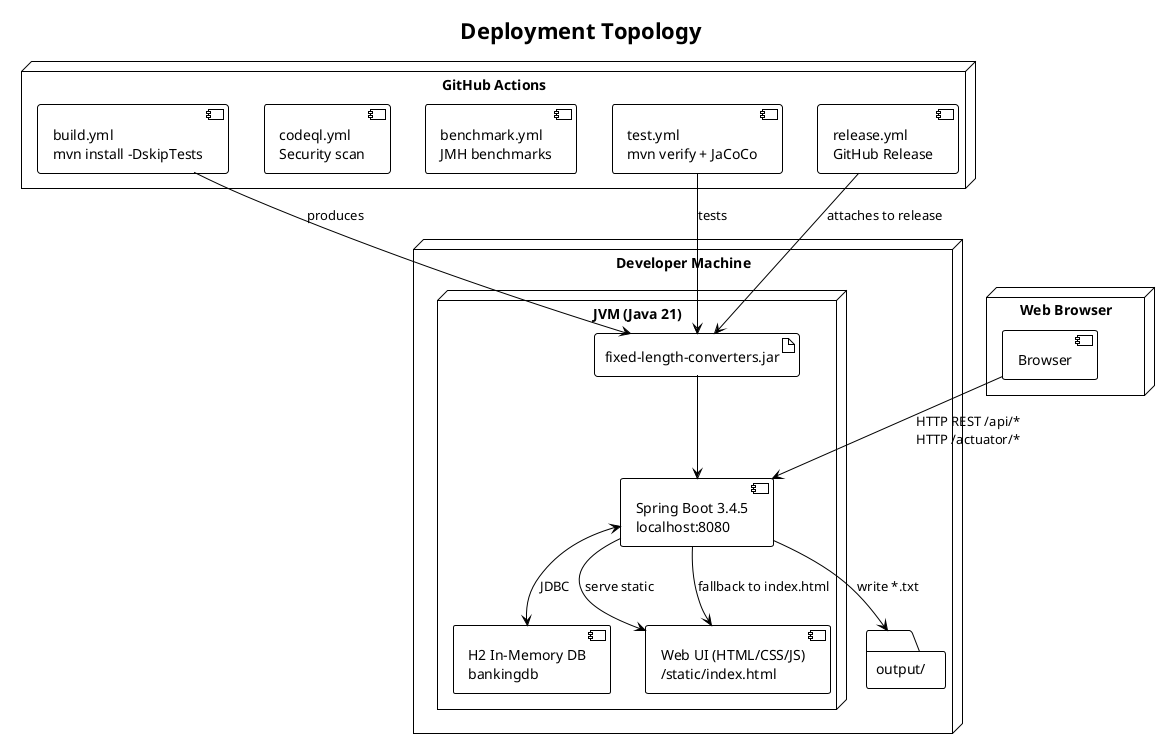
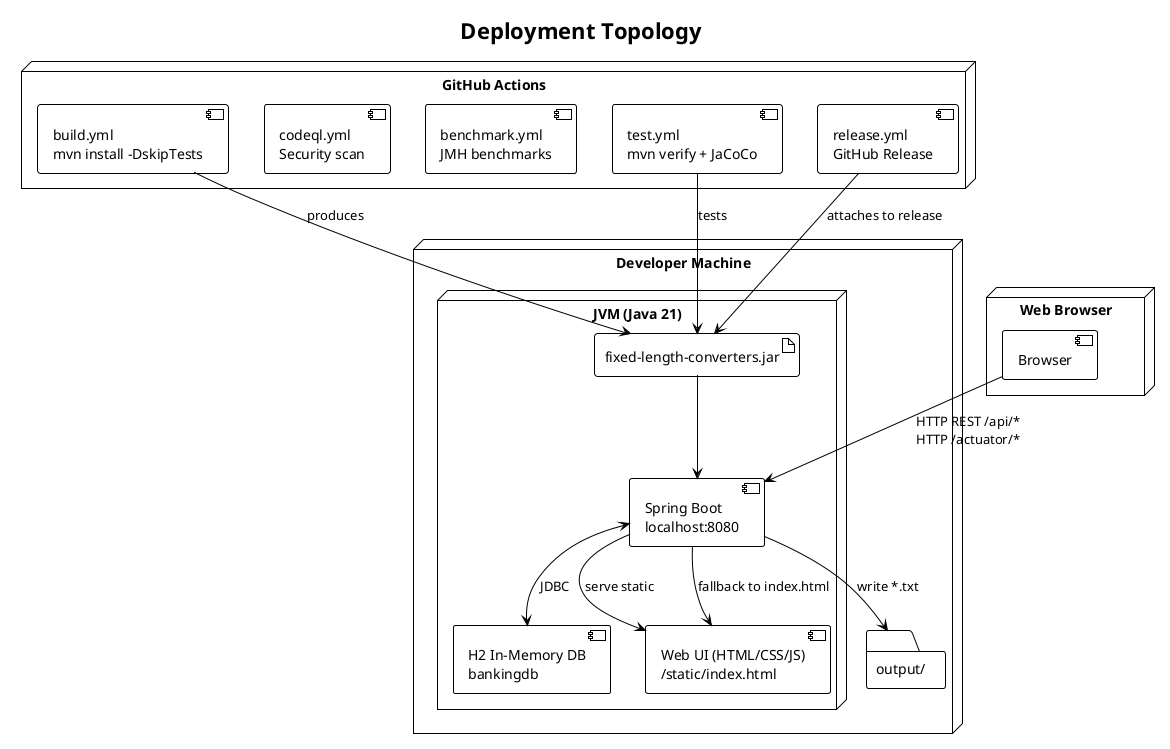
@startuml deployment-diagram
!theme plain
title Deployment Topology

node "Developer Machine" {
    node "JVM (Java 21)" {
        artifact "fixed-length-converters.jar" as JAR
-         component "Spring Boot 3.4.5\nlocalhost:8080" as APP
+         component "Spring Boot\nlocalhost:8080" as APP
        component "H2 In-Memory DB\nbankingdb" as H2
        component "Web UI (HTML/CSS/JS)\n/static/index.html" as SPA
    }
    folder "output/" as OUT
}

node "Web Browser" {
    component "Browser" as BR
}

node "GitHub Actions" {
    component "build.yml\nmvn install -DskipTests" as BUILD
    component "test.yml\nmvn verify + JaCoCo" as TEST
    component "benchmark.yml\nJMH benchmarks" as BENCH
    component "codeql.yml\nSecurity scan" as CQL
    component "release.yml\nGitHub Release" as REL
}

JAR --> APP
APP <--> H2 : JDBC
APP --> SPA : serve static
APP --> OUT : write *.txt
BR --> APP : HTTP REST /api/*\nHTTP /actuator/*
APP --> SPA : fallback to index.html

BUILD --> JAR : produces
TEST --> JAR : tests
REL --> JAR : attaches to release
@enduml
